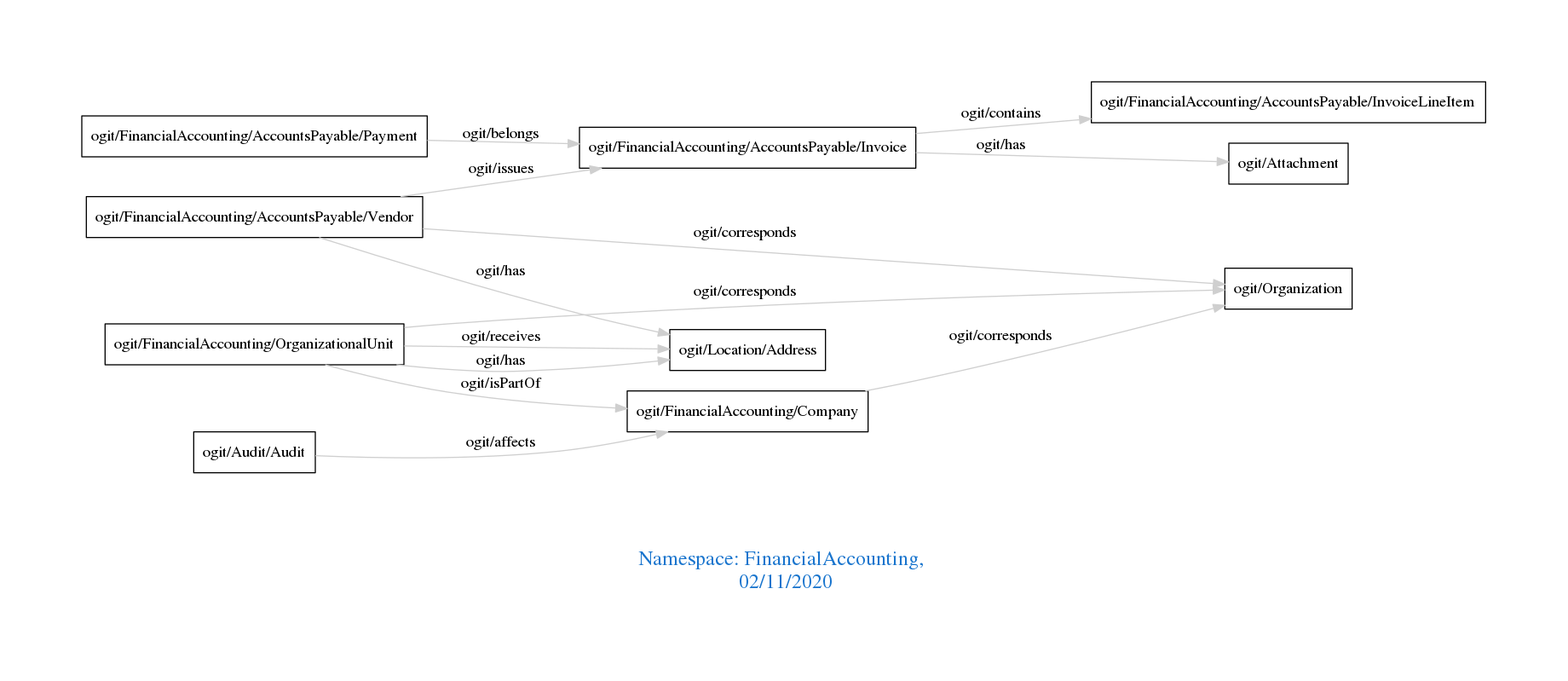
Above: downloads/FinancialAccounting.png in arago/OGIT (Graphviz), before the change. Its source is kept beside it as downloads/FinancialAccounting.dot.
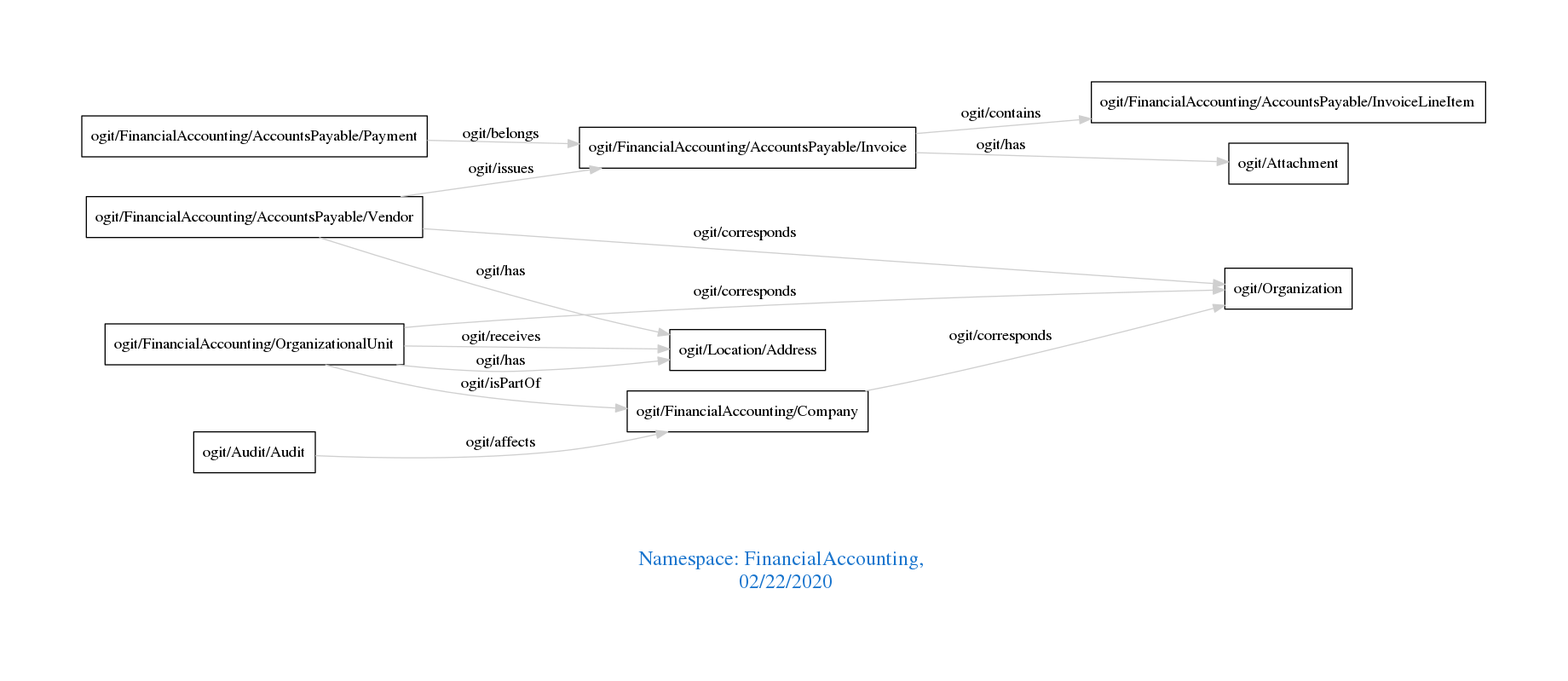
Later version of the same file.

What changed in the source:
```diff
@@ -1,7 +1,7 @@
 digraph OGIT_ontology {
  graph [ rankdir= LR,pad=1
 fontsize = 18,
-fontcolor= dodgerblue3,label = "\n\n\nNamespace: FinancialAccounting, \n 02/11/2020"];
+fontcolor= dodgerblue3,label = "\n\n\nNamespace: FinancialAccounting, \n 02/22/2020"];
 node[shape=polygon];
 edge [  color="gray81"];
 
```
